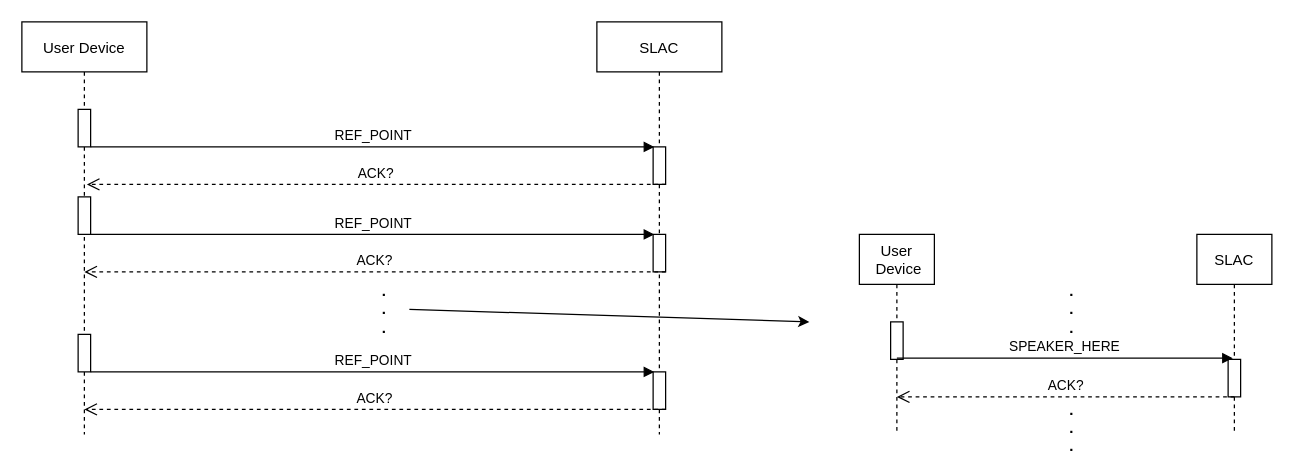
Vallasc/MultiRoomAudio keeps this draw.io diagram as offline_phase.drawio. Above is the earlier version. Source tidied: cells renumbered, new cells numbered last; positions are measured from the earlier drawing's top-left corner, leaving out a move shared by most shapes. Both pictures are drawn from the tidied source at 125%, with x=0, y=0 at pixel (21, 21).
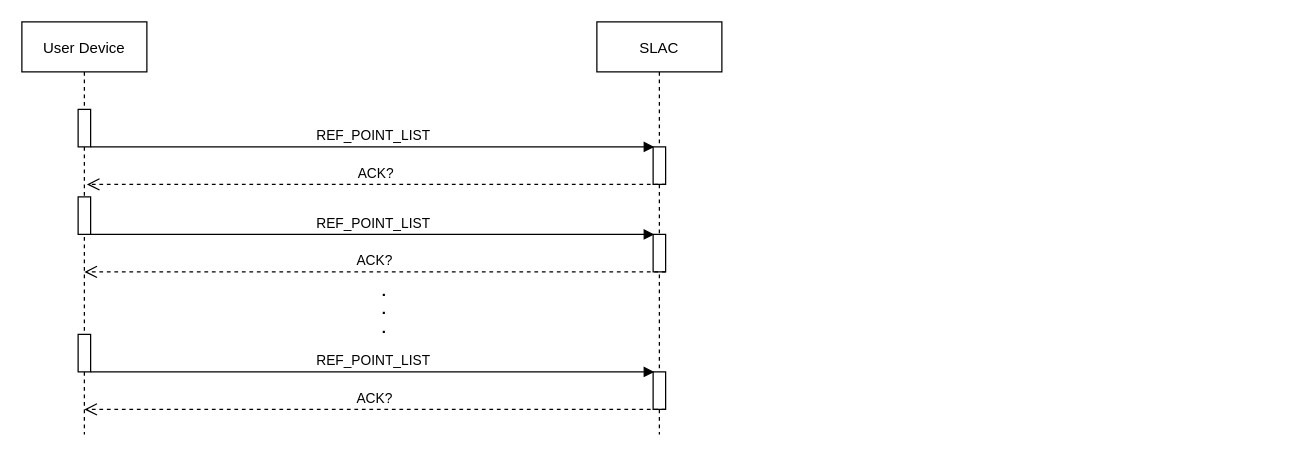
After the change.

The change refers to these unchanged cells:
```xml
<mxCell id="2" value="User Device" style="shape=umlLifeline;perimeter=lifelinePerimeter;rounded=0;shadow=0;strokeWidth=1;" parent="1" vertex="1">
  <mxGeometry width="100" height="330" as="geometry" />
</mxCell>
<mxCell id="10" style="points=[];perimeter=orthogonalPerimeter;rounded=0;shadow=0;strokeWidth=1;" parent="9" vertex="1">
  <mxGeometry x="45" y="100" width="10" height="30" as="geometry" />
</mxCell>
<mxCell id="16" value="&lt;b&gt;.&lt;br&gt;.&lt;br&gt;.&lt;/b&gt;" style="text;html=1;strokeColor=none;fillColor=none;align=center;verticalAlign=middle;whiteSpace=wrap;rounded=0;" parent="1" vertex="1">
  <mxGeometry x="270" y="210" width="40" height="40" as="geometry" />
</mxCell>
```

The edit, as a diff of the source:
```diff
@@
-    <mxCell id="4" value="REF_POINT" style="html=1;verticalAlign=bottom;endArrow=block;entryX=0.1;entryY=0;entryDx=0;entryDy=0;entryPerimeter=0;" parent="2" edge="1" target="10">
+    <mxCell id="4" value="REF_POINT_LIST" style="html=1;verticalAlign=bottom;endArrow=block;entryX=0.1;entryY=0;entryDx=0;entryDy=0;entryPerimeter=0;" parent="2" edge="1" target="10">
       <mxGeometry relative="1" as="geometry">
         <mxPoint x="55" y="100" as="sourcePoint" />
       </mxGeometry>
     </mxCell>
@@
-    <mxCell id="6" value="REF_POINT" style="html=1;verticalAlign=bottom;endArrow=block;entryX=0.1;entryY=0;entryDx=0;entryDy=0;entryPerimeter=0;" parent="2" edge="1">
+    <mxCell id="6" value="REF_POINT_LIST" style="html=1;verticalAlign=bottom;endArrow=block;entryX=0.1;entryY=0;entryDx=0;entryDy=0;entryPerimeter=0;" parent="2" edge="1">
       <mxGeometry relative="1" as="geometry">
         <mxPoint x="55" y="170" as="sourcePoint" />
         <mxPoint x="506" y="170" as="targetPoint" />
       </mxGeometry>
     </mxCell>
@@
-    <mxCell id="8" value="REF_POINT" style="html=1;verticalAlign=bottom;endArrow=block;entryX=0.1;entryY=0;entryDx=0;entryDy=0;entryPerimeter=0;" parent="2" edge="1">
+    <mxCell id="8" value="REF_POINT_LIST" style="html=1;verticalAlign=bottom;endArrow=block;entryX=0.1;entryY=0;entryDx=0;entryDy=0;entryPerimeter=0;" parent="2" edge="1">
       <mxGeometry relative="1" as="geometry">
         <mxPoint x="55" y="280" as="sourcePoint" />
         <mxPoint x="506" y="280" as="targetPoint" />
       </mxGeometry>
     </mxCell>
@@
-    <mxCell id="17" style="endArrow=classic;html=1;exitX=1;exitY=0.5;exitDx=0;exitDy=0;" parent="1" edge="1" source="16">
-      <mxGeometry relative="1" as="geometry">
-        <mxPoint x="630" y="240" as="targetPoint" />
-      </mxGeometry>
-    </mxCell>
-    <mxCell id="18" value="User&#10; Device" style="shape=umlLifeline;perimeter=lifelinePerimeter;rounded=0;shadow=0;strokeWidth=1;" parent="1" vertex="1">
-      <mxGeometry x="670" y="170" width="60" height="160" as="geometry" />
-    </mxCell>
-    <mxCell id="19" style="perimeter=orthogonalPerimeter;rounded=0;shadow=0;strokeWidth=1;" parent="18" vertex="1">
-      <mxGeometry x="25" y="70" width="10" height="30" as="geometry" />
-    </mxCell>
-    <mxCell id="20" value="SLAC" style="shape=umlLifeline;perimeter=lifelinePerimeter;rounded=0;shadow=0;strokeWidth=1;" parent="1" vertex="1">
-      <mxGeometry x="940" y="170" width="60" height="160" as="geometry" />
-    </mxCell>
-    <mxCell id="21" style="perimeter=orthogonalPerimeter;rounded=0;shadow=0;strokeWidth=1;" parent="20" vertex="1">
-      <mxGeometry x="25" y="100" width="10" height="30" as="geometry" />
-    </mxCell>
-    <mxCell id="22" value="ACK?" style="html=1;verticalAlign=bottom;endArrow=open;dashed=1;endSize=8;" parent="20" edge="1">
-      <mxGeometry relative="1" as="geometry">
-        <mxPoint x="30" y="130" as="sourcePoint" />
-        <mxPoint x="-240" y="130" as="targetPoint" />
-      </mxGeometry>
-    </mxCell>
-    <mxCell id="23" value="SPEAKER_HERE" style="html=1;verticalAlign=bottom;endArrow=block;entryX=0.48;entryY=0.619;entryDx=0;entryDy=0;entryPerimeter=0;" parent="1" edge="1" target="20">
-      <mxGeometry relative="1" as="geometry">
-        <mxPoint x="700" y="269" as="sourcePoint" />
-      </mxGeometry>
-    </mxCell>
-    <mxCell id="24" value="&lt;b&gt;.&lt;br&gt;.&lt;br&gt;.&lt;/b&gt;" style="text;html=1;strokeColor=none;fillColor=none;align=center;verticalAlign=middle;whiteSpace=wrap;rounded=0;" parent="1" vertex="1">
-      <mxGeometry x="820" y="210" width="40" height="40" as="geometry" />
-    </mxCell>
-    <mxCell id="25" value="&lt;b&gt;.&lt;br&gt;.&lt;br&gt;.&lt;/b&gt;" style="text;html=1;strokeColor=none;fillColor=none;align=center;verticalAlign=middle;whiteSpace=wrap;rounded=0;" parent="1" vertex="1">
-      <mxGeometry x="820" y="310" width="40" height="30" as="geometry" />
-    </mxCell>
```
